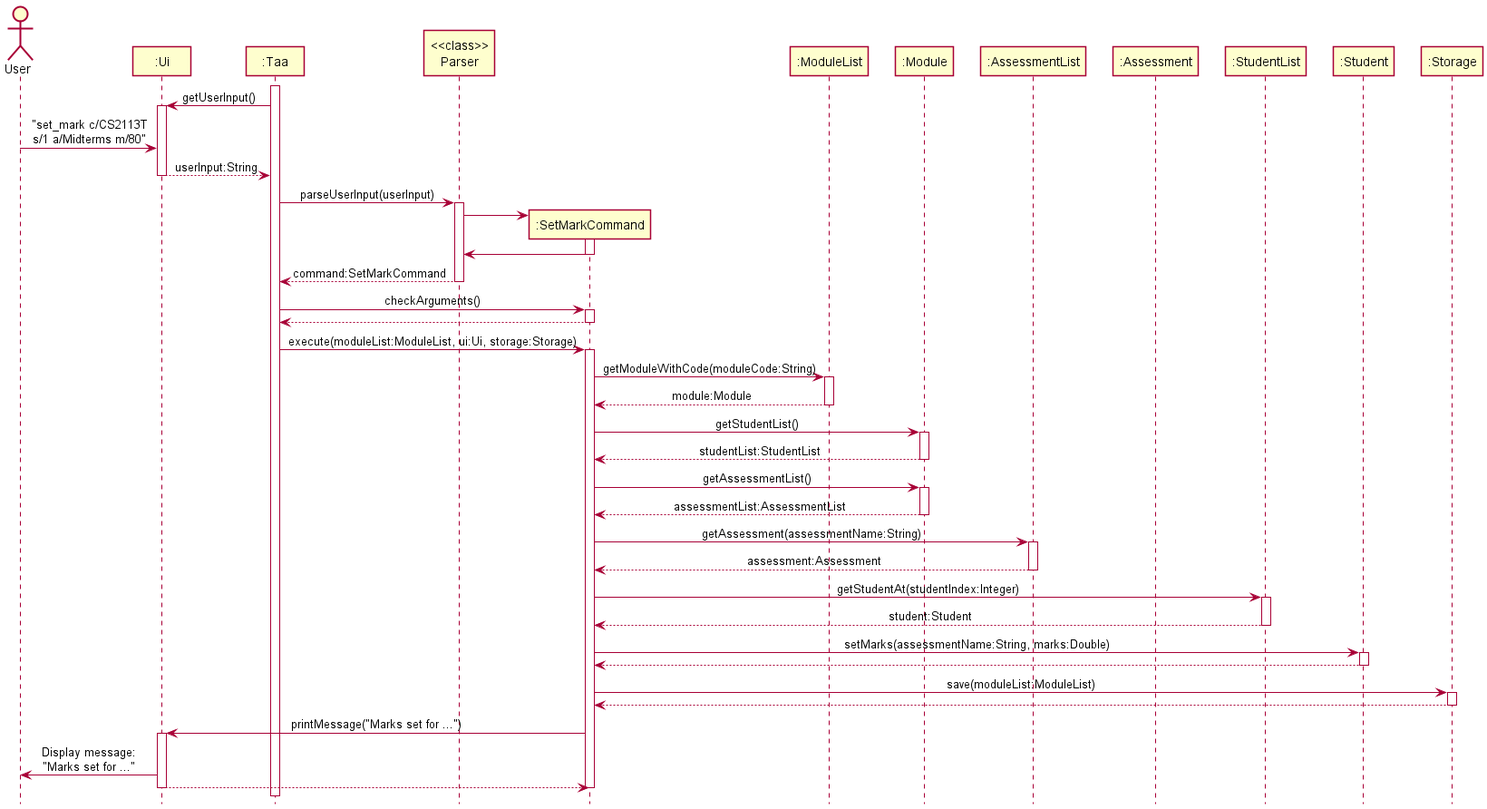
The PlantUML diagram docs/diagrams/SetMarkSequenceDiagram.png in nus-cs2113-AY2122S1/tp, before a commit. Its diagram source:
```plantuml
@startuml
!include style.puml

Actor User as user
Participant ":Ui" as ui
Participant ":Taa" as taa
Participant "<<class>>\nParser" as parser
Participant ":SetMarkCommand" as setMarkCommand
Participant ":ModuleList" as moduleList
Participant ":Module" as module
Participant ":AssessmentList" as assessmentList
Participant ":Assessment" as assessment
Participant ":StudentList" as studentList
Participant ":Student" as student
Participant ":Storage" as storage

activate taa

taa -> ui : getUserInput()
activate ui

user -> ui : "set_mark c/CS2113T\ns/1 a/Midterms m/80"
ui --> taa : userInput:String
deactivate ui

taa -> parser : parseUserInput(userInput)
activate parser

create setMarkCommand
parser -> setMarkCommand
activate setMarkCommand
setMarkCommand -> parser
deactivate setMarkCommand

parser --> taa : command:SetMarkCommand
deactivate parser

taa -> setMarkCommand : checkArguments()
activate setMarkCommand

setMarkCommand --> taa
deactivate setMarkCommand

taa -> setMarkCommand : execute(moduleList:ModuleList, ui:Ui, storage:Storage)
activate setMarkCommand

setMarkCommand -> moduleList : getModuleWithCode(moduleCode:String)
activate moduleList
moduleList --> setMarkCommand : module:Module
deactivate moduleList

setMarkCommand -> module : getStudentList()
activate module
module --> setMarkCommand : studentList:StudentList
deactivate module

setMarkCommand -> module : getAssessmentList()
activate module
module --> setMarkCommand : assessmentList:AssessmentList
deactivate module

setMarkCommand -> assessmentList : getAssessment(assessmentName:String)
activate assessmentList
assessmentList --> setMarkCommand : assessment:Assessment
deactivate assessmentList

setMarkCommand -> studentList : getStudentAt(studentIndex:Integer)
activate studentList
studentList --> setMarkCommand : student:Student
deactivate studentList

setMarkCommand -> student : setMarks(assessmentName:String, marks:Double)
activate student
student --> setMarkCommand
deactivate student

setMarkCommand -> storage : save(moduleList:ModuleList)
activate storage
storage --> setMarkCommand
deactivate storage

setMarkCommand -> ui : printMessage("Marks set for ...")
activate ui
ui -> user : Display message:\n"Marks set for ..."
ui --> setMarkCommand
deactivate ui

deactivate setMarkCommand

@enduml
```
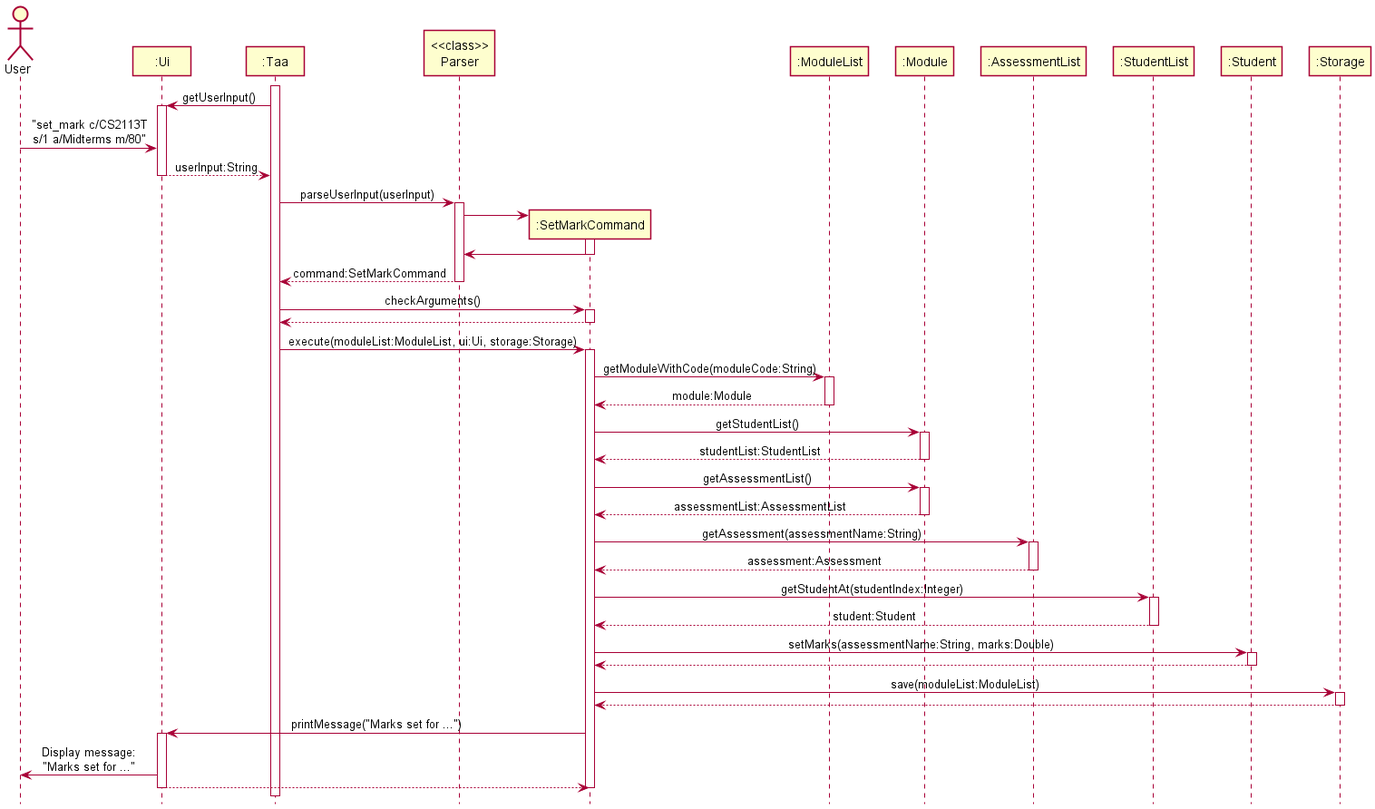
Later version of the same file.

Commit message:
update DG with sequence diagram

The edit, as a diff of the source:
```diff
@@ -9,7 +9,6 @@
 Participant ":ModuleList" as moduleList
 Participant ":Module" as module
 Participant ":AssessmentList" as assessmentList
-Participant ":Assessment" as assessment
 Participant ":StudentList" as studentList
 Participant ":Student" as student
 Participant ":Storage" as storage
```
